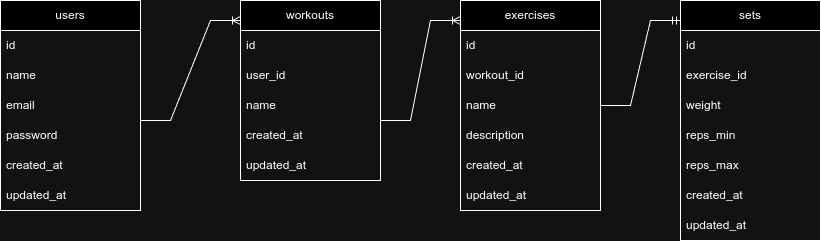
The draw.io diagram powerPulse.drawio.png in VinicOliver/power-pulse-app, before a commit. Source tidied: cells renumbered, new cells last; positions are measured from the earlier drawing's top-left corner, leaving out a move shared by most shapes. Its diagram source:
```xml
<mxGraphModel>
  <root>
    <mxCell id="0" />
    <mxCell id="1" parent="0" />
    <mxCell id="2" value="users" style="swimlane;fontStyle=0;horizontal=1;startSize=30;whiteSpace=wrap;html=1;" parent="1" vertex="1">
      <mxGeometry width="140" height="210" as="geometry" />
    </mxCell>
    <mxCell id="3" value="id" style="text;strokeColor=none;fillColor=none;align=left;verticalAlign=middle;spacingLeft=4;spacingRight=4;overflow=hidden;whiteSpace=wrap;html=1;" parent="2" vertex="1">
      <mxGeometry y="30" width="140" height="30" as="geometry" />
    </mxCell>
    <mxCell id="4" value="name" style="text;strokeColor=none;fillColor=none;align=left;verticalAlign=middle;spacingLeft=4;spacingRight=4;overflow=hidden;whiteSpace=wrap;html=1;" parent="2" vertex="1">
      <mxGeometry y="60" width="140" height="30" as="geometry" />
    </mxCell>
    <mxCell id="5" value="email" style="text;strokeColor=none;fillColor=none;align=left;verticalAlign=middle;spacingLeft=4;spacingRight=4;overflow=hidden;whiteSpace=wrap;html=1;" parent="2" vertex="1">
      <mxGeometry y="90" width="140" height="30" as="geometry" />
    </mxCell>
    <mxCell id="6" value="password" style="text;strokeColor=none;fillColor=none;align=left;verticalAlign=middle;spacingLeft=4;spacingRight=4;overflow=hidden;whiteSpace=wrap;html=1;" parent="2" vertex="1">
      <mxGeometry y="120" width="140" height="30" as="geometry" />
    </mxCell>
    <mxCell id="7" value="created_at" style="text;strokeColor=none;fillColor=none;align=left;verticalAlign=middle;spacingLeft=4;spacingRight=4;overflow=hidden;whiteSpace=wrap;html=1;" parent="2" vertex="1">
      <mxGeometry y="150" width="140" height="30" as="geometry" />
    </mxCell>
    <mxCell id="8" value="updated_at" style="text;strokeColor=none;fillColor=none;align=left;verticalAlign=middle;spacingLeft=4;spacingRight=4;overflow=hidden;whiteSpace=wrap;html=1;" parent="2" vertex="1">
      <mxGeometry y="180" width="140" height="30" as="geometry" />
    </mxCell>
    <mxCell id="9" value="workouts" style="swimlane;fontStyle=0;horizontal=1;startSize=30;whiteSpace=wrap;html=1;" parent="1" vertex="1">
      <mxGeometry x="240" width="140" height="180" as="geometry" />
    </mxCell>
    <mxCell id="10" value="id" style="text;strokeColor=none;fillColor=none;align=left;verticalAlign=middle;spacingLeft=4;spacingRight=4;overflow=hidden;whiteSpace=wrap;html=1;" parent="9" vertex="1">
      <mxGeometry y="30" width="140" height="30" as="geometry" />
    </mxCell>
    <mxCell id="11" value="user_id" style="text;strokeColor=none;fillColor=none;align=left;verticalAlign=middle;spacingLeft=4;spacingRight=4;overflow=hidden;whiteSpace=wrap;html=1;" parent="9" vertex="1">
      <mxGeometry y="60" width="140" height="30" as="geometry" />
    </mxCell>
    <mxCell id="12" value="name" style="text;strokeColor=none;fillColor=none;align=left;verticalAlign=middle;spacingLeft=4;spacingRight=4;overflow=hidden;whiteSpace=wrap;html=1;" parent="9" vertex="1">
      <mxGeometry y="90" width="140" height="30" as="geometry" />
    </mxCell>
    <mxCell id="13" value="created_at" style="text;strokeColor=none;fillColor=none;align=left;verticalAlign=middle;spacingLeft=4;spacingRight=4;overflow=hidden;whiteSpace=wrap;html=1;" parent="9" vertex="1">
      <mxGeometry y="120" width="140" height="30" as="geometry" />
    </mxCell>
    <mxCell id="14" value="updated_at" style="text;strokeColor=none;fillColor=none;align=left;verticalAlign=middle;spacingLeft=4;spacingRight=4;overflow=hidden;whiteSpace=wrap;html=1;" parent="9" vertex="1">
      <mxGeometry y="150" width="140" height="30" as="geometry" />
    </mxCell>
    <mxCell id="15" value="exercises" style="swimlane;fontStyle=0;horizontal=1;startSize=30;whiteSpace=wrap;html=1;" parent="1" vertex="1">
      <mxGeometry x="460" width="140" height="210" as="geometry" />
    </mxCell>
    <mxCell id="16" value="id" style="text;strokeColor=none;fillColor=none;align=left;verticalAlign=middle;spacingLeft=4;spacingRight=4;overflow=hidden;whiteSpace=wrap;html=1;" parent="15" vertex="1">
      <mxGeometry y="30" width="140" height="30" as="geometry" />
    </mxCell>
    <mxCell id="17" value="workout_id" style="text;strokeColor=none;fillColor=none;align=left;verticalAlign=middle;spacingLeft=4;spacingRight=4;overflow=hidden;whiteSpace=wrap;html=1;" parent="15" vertex="1">
      <mxGeometry y="60" width="140" height="30" as="geometry" />
    </mxCell>
    <mxCell id="18" value="name" style="text;strokeColor=none;fillColor=none;align=left;verticalAlign=middle;spacingLeft=4;spacingRight=4;overflow=hidden;points=[[0,0.5],[1,0.5]];portConstraint=eastwest;whiteSpace=wrap;html=1;" parent="15" vertex="1">
      <mxGeometry y="90" width="140" height="30" as="geometry" />
    </mxCell>
    <mxCell id="19" value="description" style="text;strokeColor=none;fillColor=none;align=left;verticalAlign=middle;spacingLeft=4;spacingRight=4;overflow=hidden;whiteSpace=wrap;html=1;" parent="15" vertex="1">
      <mxGeometry y="120" width="140" height="30" as="geometry" />
    </mxCell>
    <mxCell id="20" value="created_at" style="text;strokeColor=none;fillColor=none;align=left;verticalAlign=middle;spacingLeft=4;spacingRight=4;overflow=hidden;whiteSpace=wrap;html=1;" parent="15" vertex="1">
      <mxGeometry y="150" width="140" height="30" as="geometry" />
    </mxCell>
    <mxCell id="21" value="updated_at" style="text;strokeColor=none;fillColor=none;align=left;verticalAlign=middle;spacingLeft=4;spacingRight=4;overflow=hidden;whiteSpace=wrap;html=1;" parent="15" vertex="1">
      <mxGeometry y="180" width="140" height="30" as="geometry" />
    </mxCell>
    <mxCell id="22" value="sets" style="swimlane;fontStyle=0;horizontal=1;startSize=30;whiteSpace=wrap;html=1;" parent="1" vertex="1">
      <mxGeometry x="680" width="140" height="240" as="geometry" />
    </mxCell>
    <mxCell id="23" value="id" style="text;strokeColor=none;fillColor=none;align=left;verticalAlign=middle;spacingLeft=4;spacingRight=4;overflow=hidden;whiteSpace=wrap;html=1;" parent="22" vertex="1">
      <mxGeometry y="30" width="140" height="30" as="geometry" />
    </mxCell>
    <mxCell id="24" value="exercise_id" style="text;strokeColor=none;fillColor=none;align=left;verticalAlign=middle;spacingLeft=4;spacingRight=4;overflow=hidden;whiteSpace=wrap;html=1;" parent="22" vertex="1">
      <mxGeometry y="60" width="140" height="30" as="geometry" />
    </mxCell>
    <mxCell id="25" value="weight" style="text;strokeColor=none;fillColor=none;align=left;verticalAlign=middle;spacingLeft=4;spacingRight=4;overflow=hidden;whiteSpace=wrap;html=1;" parent="22" vertex="1">
      <mxGeometry y="90" width="140" height="30" as="geometry" />
    </mxCell>
    <mxCell id="26" value="reps_min" style="text;strokeColor=none;fillColor=none;align=left;verticalAlign=middle;spacingLeft=4;spacingRight=4;overflow=hidden;whiteSpace=wrap;html=1;" parent="22" vertex="1">
      <mxGeometry y="120" width="140" height="30" as="geometry" />
    </mxCell>
    <mxCell id="27" value="reps_max" style="text;strokeColor=none;fillColor=none;align=left;verticalAlign=middle;spacingLeft=4;spacingRight=4;overflow=hidden;whiteSpace=wrap;html=1;" parent="22" vertex="1">
      <mxGeometry y="150" width="140" height="30" as="geometry" />
    </mxCell>
    <mxCell id="28" value="created_at" style="text;strokeColor=none;fillColor=none;align=left;verticalAlign=middle;spacingLeft=4;spacingRight=4;overflow=hidden;whiteSpace=wrap;html=1;" parent="22" vertex="1">
      <mxGeometry y="180" width="140" height="30" as="geometry" />
    </mxCell>
    <mxCell id="29" value="updated_at" style="text;strokeColor=none;fillColor=none;align=left;verticalAlign=middle;spacingLeft=4;spacingRight=4;overflow=hidden;whiteSpace=wrap;html=1;" parent="22" vertex="1">
      <mxGeometry y="210" width="140" height="30" as="geometry" />
    </mxCell>
    <mxCell id="30" style="edgeStyle=entityRelationEdgeStyle;fontSize=12;html=1;endArrow=ERoneToMany;rounded=0;" parent="1" edge="1">
      <mxGeometry relative="1" as="geometry">
        <mxPoint x="140" y="120" as="sourcePoint" />
        <mxPoint x="240" y="20" as="targetPoint" />
      </mxGeometry>
    </mxCell>
    <mxCell id="31" style="edgeStyle=entityRelationEdgeStyle;fontSize=12;html=1;endArrow=ERoneToMany;rounded=0;" parent="1" edge="1">
      <mxGeometry relative="1" as="geometry">
        <mxPoint x="380" y="120" as="sourcePoint" />
        <mxPoint x="460" y="20" as="targetPoint" />
      </mxGeometry>
    </mxCell>
    <mxCell id="32" style="edgeStyle=entityRelationEdgeStyle;fontSize=12;html=1;endArrow=ERmandOne;rounded=0;exitX=1;exitY=0.5;exitDx=0;exitDy=0;" parent="1" edge="1" source="18">
      <mxGeometry relative="1" as="geometry">
        <mxPoint x="680" y="20" as="targetPoint" />
      </mxGeometry>
    </mxCell>
  </root>
</mxGraphModel>
```
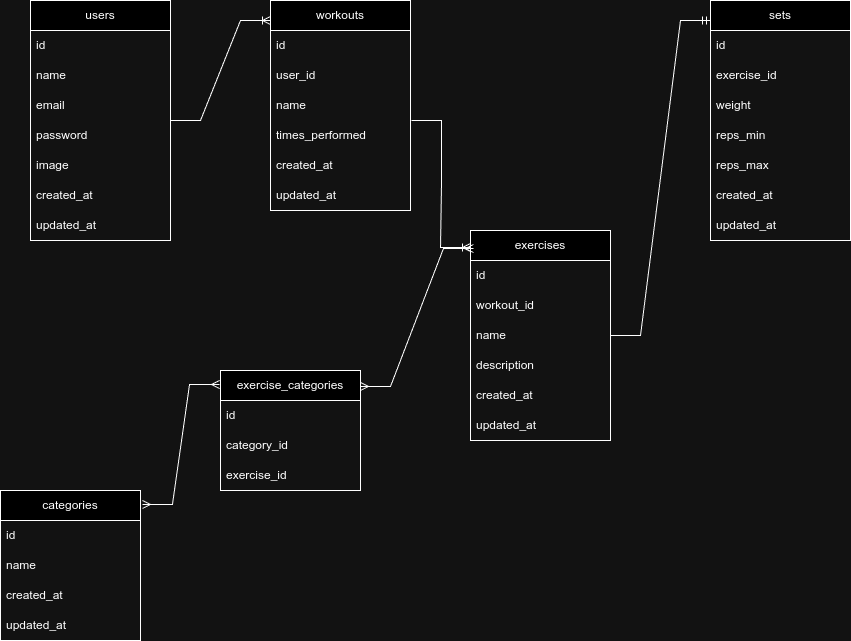
After the commit.

Diff of the diagram source:
```diff
@@ -3,7 +3,7 @@
     <mxCell id="0" />
     <mxCell id="1" parent="0" />
     <mxCell id="2" value="users" style="swimlane;fontStyle=0;horizontal=1;startSize=30;whiteSpace=wrap;html=1;" parent="1" vertex="1">
-      <mxGeometry width="140" height="210" as="geometry" />
+      <mxGeometry width="140" height="240" as="geometry" />
     </mxCell>
     <mxCell id="3" value="id" style="text;strokeColor=none;fillColor=none;align=left;verticalAlign=middle;spacingLeft=4;spacingRight=4;overflow=hidden;whiteSpace=wrap;html=1;" parent="2" vertex="1">
       <mxGeometry y="30" width="140" height="30" as="geometry" />
@@ -17,14 +17,17 @@
     <mxCell id="6" value="password" style="text;strokeColor=none;fillColor=none;align=left;verticalAlign=middle;spacingLeft=4;spacingRight=4;overflow=hidden;whiteSpace=wrap;html=1;" parent="2" vertex="1">
       <mxGeometry y="120" width="140" height="30" as="geometry" />
     </mxCell>
-    <mxCell id="7" value="created_at" style="text;strokeColor=none;fillColor=none;align=left;verticalAlign=middle;spacingLeft=4;spacingRight=4;overflow=hidden;whiteSpace=wrap;html=1;" parent="2" vertex="1">
+    <mxCell id="7" value="image" style="text;strokeColor=none;fillColor=none;align=left;verticalAlign=middle;spacingLeft=4;spacingRight=4;overflow=hidden;whiteSpace=wrap;html=1;" parent="2" vertex="1">
       <mxGeometry y="150" width="140" height="30" as="geometry" />
     </mxCell>
+    <mxCell id="33" value="created_at" style="text;strokeColor=none;fillColor=none;align=left;verticalAlign=middle;spacingLeft=4;spacingRight=4;overflow=hidden;whiteSpace=wrap;html=1;" parent="2" vertex="1">
+      <mxGeometry y="180" width="140" height="30" as="geometry" />
+    </mxCell>
     <mxCell id="8" value="updated_at" style="text;strokeColor=none;fillColor=none;align=left;verticalAlign=middle;spacingLeft=4;spacingRight=4;overflow=hidden;whiteSpace=wrap;html=1;" parent="2" vertex="1">
-      <mxGeometry y="180" width="140" height="30" as="geometry" />
+      <mxGeometry y="210" width="140" height="30" as="geometry" />
     </mxCell>
     <mxCell id="9" value="workouts" style="swimlane;fontStyle=0;horizontal=1;startSize=30;whiteSpace=wrap;html=1;" parent="1" vertex="1">
-      <mxGeometry x="240" width="140" height="180" as="geometry" />
+      <mxGeometry x="240" width="140" height="210" as="geometry" />
     </mxCell>
     <mxCell id="10" value="id" style="text;strokeColor=none;fillColor=none;align=left;verticalAlign=middle;spacingLeft=4;spacingRight=4;overflow=hidden;whiteSpace=wrap;html=1;" parent="9" vertex="1">
       <mxGeometry y="30" width="140" height="30" as="geometry" />
@@ -35,14 +38,17 @@
     <mxCell id="12" value="name" style="text;strokeColor=none;fillColor=none;align=left;verticalAlign=middle;spacingLeft=4;spacingRight=4;overflow=hidden;whiteSpace=wrap;html=1;" parent="9" vertex="1">
       <mxGeometry y="90" width="140" height="30" as="geometry" />
     </mxCell>
-    <mxCell id="13" value="created_at" style="text;strokeColor=none;fillColor=none;align=left;verticalAlign=middle;spacingLeft=4;spacingRight=4;overflow=hidden;whiteSpace=wrap;html=1;" parent="9" vertex="1">
+    <mxCell id="13" value="times_performed" style="text;strokeColor=none;fillColor=none;align=left;verticalAlign=middle;spacingLeft=4;spacingRight=4;overflow=hidden;whiteSpace=wrap;html=1;" parent="9" vertex="1">
       <mxGeometry y="120" width="140" height="30" as="geometry" />
     </mxCell>
-    <mxCell id="14" value="updated_at" style="text;strokeColor=none;fillColor=none;align=left;verticalAlign=middle;spacingLeft=4;spacingRight=4;overflow=hidden;whiteSpace=wrap;html=1;" parent="9" vertex="1">
+    <mxCell id="14" value="created_at" style="text;strokeColor=none;fillColor=none;align=left;verticalAlign=middle;spacingLeft=4;spacingRight=4;overflow=hidden;whiteSpace=wrap;html=1;" parent="9" vertex="1">
       <mxGeometry y="150" width="140" height="30" as="geometry" />
     </mxCell>
+    <mxCell id="34" value="updated_at" style="text;strokeColor=none;fillColor=none;align=left;verticalAlign=middle;spacingLeft=4;spacingRight=4;overflow=hidden;whiteSpace=wrap;html=1;" parent="9" vertex="1">
+      <mxGeometry y="180" width="140" height="30" as="geometry" />
+    </mxCell>
     <mxCell id="15" value="exercises" style="swimlane;fontStyle=0;horizontal=1;startSize=30;whiteSpace=wrap;html=1;" parent="1" vertex="1">
-      <mxGeometry x="460" width="140" height="210" as="geometry" />
+      <mxGeometry x="440" y="230" width="140" height="210" as="geometry" />
     </mxCell>
     <mxCell id="16" value="id" style="text;strokeColor=none;fillColor=none;align=left;verticalAlign=middle;spacingLeft=4;spacingRight=4;overflow=hidden;whiteSpace=wrap;html=1;" parent="15" vertex="1">
       <mxGeometry y="30" width="140" height="30" as="geometry" />
@@ -92,10 +98,10 @@
         <mxPoint x="240" y="20" as="targetPoint" />
       </mxGeometry>
     </mxCell>
-    <mxCell id="31" style="edgeStyle=entityRelationEdgeStyle;fontSize=12;html=1;endArrow=ERoneToMany;rounded=0;" parent="1" edge="1">
+    <mxCell id="31" style="edgeStyle=entityRelationEdgeStyle;fontSize=12;html=1;endArrow=ERoneToMany;rounded=0;entryX=-0.007;entryY=0.081;entryDx=0;entryDy=0;entryPerimeter=0;" parent="1" edge="1">
       <mxGeometry relative="1" as="geometry">
-        <mxPoint x="380" y="120" as="sourcePoint" />
-        <mxPoint x="460" y="20" as="targetPoint" />
+        <mxPoint x="381" y="120" as="sourcePoint" />
+        <mxPoint x="440" y="247" as="targetPoint" />
       </mxGeometry>
     </mxCell>
     <mxCell id="32" style="edgeStyle=entityRelationEdgeStyle;fontSize=12;html=1;endArrow=ERmandOne;rounded=0;exitX=1;exitY=0.5;exitDx=0;exitDy=0;" parent="1" edge="1" source="18">
@@ -103,5 +109,38 @@
         <mxPoint x="680" y="20" as="targetPoint" />
       </mxGeometry>
     </mxCell>
+    <mxCell id="35" value="categories" style="swimlane;fontStyle=0;horizontal=1;startSize=30;whiteSpace=wrap;html=1;" parent="1" vertex="1">
+      <mxGeometry x="-30" y="490" width="140" height="150" as="geometry" />
+    </mxCell>
+    <mxCell id="36" value="id" style="text;strokeColor=none;fillColor=none;align=left;verticalAlign=middle;spacingLeft=4;spacingRight=4;overflow=hidden;whiteSpace=wrap;html=1;" parent="35" vertex="1">
+      <mxGeometry y="30" width="140" height="30" as="geometry" />
+    </mxCell>
+    <mxCell id="37" value="name" style="text;strokeColor=none;fillColor=none;align=left;verticalAlign=middle;spacingLeft=4;spacingRight=4;overflow=hidden;whiteSpace=wrap;html=1;" parent="35" vertex="1">
+      <mxGeometry y="60" width="140" height="30" as="geometry" />
+    </mxCell>
+    <mxCell id="38" value="created_at" style="text;strokeColor=none;fillColor=none;align=left;verticalAlign=middle;spacingLeft=4;spacingRight=4;overflow=hidden;whiteSpace=wrap;html=1;" parent="35" vertex="1">
+      <mxGeometry y="90" width="140" height="30" as="geometry" />
+    </mxCell>
+    <mxCell id="39" value="updated_at" style="text;strokeColor=none;fillColor=none;align=left;verticalAlign=middle;spacingLeft=4;spacingRight=4;overflow=hidden;whiteSpace=wrap;html=1;" parent="35" vertex="1">
+      <mxGeometry y="120" width="140" height="30" as="geometry" />
+    </mxCell>
+    <mxCell id="40" value="exercise_categories" style="swimlane;fontStyle=0;horizontal=1;startSize=30;whiteSpace=wrap;html=1;" parent="1" vertex="1">
+      <mxGeometry x="190" y="370" width="140" height="120" as="geometry" />
+    </mxCell>
+    <mxCell id="41" value="id" style="text;strokeColor=none;fillColor=none;align=left;verticalAlign=middle;spacingLeft=4;spacingRight=4;overflow=hidden;whiteSpace=wrap;html=1;" parent="40" vertex="1">
+      <mxGeometry y="30" width="140" height="30" as="geometry" />
+    </mxCell>
+    <mxCell id="42" value="category_id" style="text;strokeColor=none;fillColor=none;align=left;verticalAlign=middle;spacingLeft=4;spacingRight=4;overflow=hidden;whiteSpace=wrap;html=1;" parent="40" vertex="1">
+      <mxGeometry y="60" width="140" height="30" as="geometry" />
+    </mxCell>
+    <mxCell id="43" value="exercise_id" style="text;strokeColor=none;fillColor=none;align=left;verticalAlign=middle;spacingLeft=4;spacingRight=4;overflow=hidden;whiteSpace=wrap;html=1;" parent="40" vertex="1">
+      <mxGeometry y="90" width="140" height="30" as="geometry" />
+    </mxCell>
+    <mxCell id="44" style="edgeStyle=entityRelationEdgeStyle;fontSize=12;html=1;endArrow=ERmany;startArrow=ERmany;rounded=0;entryX=-0.007;entryY=0.117;entryDx=0;entryDy=0;entryPerimeter=0;exitX=1.014;exitY=0.093;exitDx=0;exitDy=0;exitPerimeter=0;" parent="1" edge="1" source="35" target="40">
+      <mxGeometry relative="1" as="geometry" />
+    </mxCell>
+    <mxCell id="45" style="edgeStyle=entityRelationEdgeStyle;fontSize=12;html=1;endArrow=ERmany;startArrow=ERmany;rounded=0;entryX=0.021;entryY=0.086;entryDx=0;entryDy=0;entryPerimeter=0;exitX=1;exitY=0.133;exitDx=0;exitDy=0;exitPerimeter=0;" parent="1" edge="1" source="40" target="15">
+      <mxGeometry relative="1" as="geometry" />
+    </mxCell>
   </root>
 </mxGraphModel>
```
